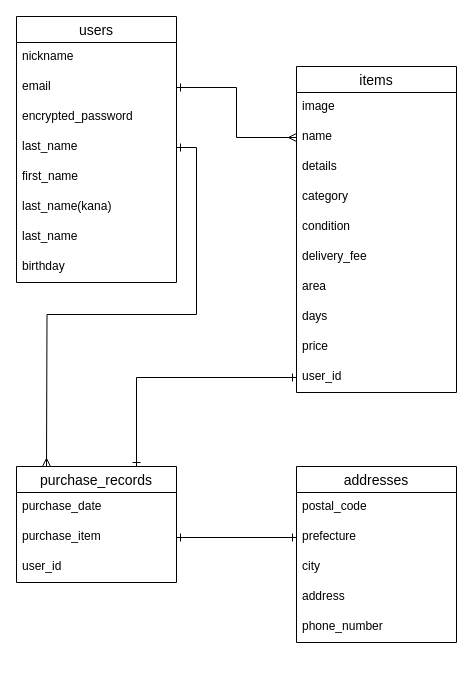
The draw.io diagram ER.dio in ijapamen/furima-29110, before the edit. Source tidied: cells renumbered, new cells numbered last; positions are measured from the earlier drawing's top-left corner, leaving out a move shared by most shapes. Both pictures are drawn from the tidied source at 100%, with x=0, y=0 at pixel (16, 16).
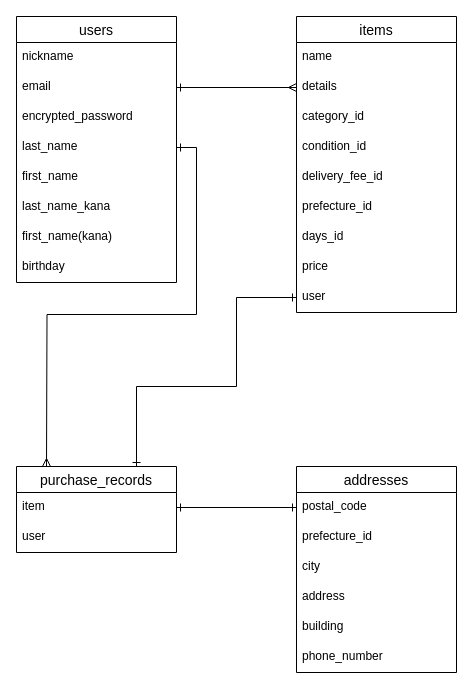
The same page after the edit.

Unchanged cells that the change refers to:
```xml
<mxCell id="18" value="postal_code" style="text;strokeColor=none;fillColor=none;spacingLeft=4;spacingRight=4;overflow=hidden;points=[[0,0.5],[1,0.5]];portConstraint=eastwest;fontSize=12;" parent="17" vertex="1">
  <mxGeometry y="26" width="160" height="30" as="geometry" />
</mxCell>
<mxCell id="27" value="users" style="swimlane;fontStyle=0;horizontal=1;startSize=26;align=center;fontSize=14;" parent="1" vertex="1">
  <mxGeometry width="160" height="266" as="geometry" />
</mxCell>
<mxCell id="29" value="email" style="text;strokeColor=none;fillColor=none;spacingLeft=4;spacingRight=4;overflow=hidden;points=[[0,0.5],[1,0.5]];portConstraint=eastwest;fontSize=12;" parent="27" vertex="1">
  <mxGeometry y="56" width="160" height="30" as="geometry" />
</mxCell>
```

Diff of the diagram source:
```diff
@@
-    <mxCell id="2" value="items" style="swimlane;fontStyle=0;horizontal=1;startSize=26;align=center;fontSize=14;" parent="1" vertex="1">
-      <mxGeometry x="280" y="50" width="160" height="326" as="geometry" />
-    </mxCell>
-    <mxCell id="3" value="image" style="text;strokeColor=none;fillColor=none;spacingLeft=4;spacingRight=4;overflow=hidden;fontSize=12;" parent="2" vertex="1">
-      <mxGeometry y="26" width="160" height="30" as="geometry" />
-    </mxCell>
-    <mxCell id="4" value="name" style="text;strokeColor=none;fillColor=none;spacingLeft=4;spacingRight=4;overflow=hidden;points=[[0,0.5],[1,0.5]];portConstraint=eastwest;fontSize=12;" parent="2" vertex="1">
-      <mxGeometry y="56" width="160" height="30" as="geometry" />
-    </mxCell>
-    <mxCell id="5" value="details" style="text;strokeColor=none;fillColor=none;spacingLeft=4;spacingRight=4;overflow=hidden;points=[[0,0.5],[1,0.5]];portConstraint=eastwest;fontSize=12;" parent="2" vertex="1">
-      <mxGeometry y="86" width="160" height="30" as="geometry" />
-    </mxCell>
-    <mxCell id="6" value="category" style="text;strokeColor=none;fillColor=none;spacingLeft=4;spacingRight=4;overflow=hidden;fontSize=12;" parent="2" vertex="1">
-      <mxGeometry y="116" width="160" height="30" as="geometry" />
-    </mxCell>
-    <mxCell id="7" value="condition" style="text;strokeColor=none;fillColor=none;spacingLeft=4;spacingRight=4;overflow=hidden;fontSize=12;" parent="2" vertex="1">
-      <mxGeometry y="146" width="160" height="30" as="geometry" />
-    </mxCell>
-    <mxCell id="8" value="delivery_fee" style="text;strokeColor=none;fillColor=none;spacingLeft=4;spacingRight=4;overflow=hidden;fontSize=12;" parent="2" vertex="1">
-      <mxGeometry y="176" width="160" height="30" as="geometry" />
-    </mxCell>
-    <mxCell id="9" value="area" style="text;strokeColor=none;fillColor=none;spacingLeft=4;spacingRight=4;overflow=hidden;fontSize=12;" parent="2" vertex="1">
-      <mxGeometry y="206" width="160" height="30" as="geometry" />
-    </mxCell>
-    <mxCell id="10" value="days" style="text;strokeColor=none;fillColor=none;spacingLeft=4;spacingRight=4;overflow=hidden;fontSize=12;" parent="2" vertex="1">
-      <mxGeometry y="236" width="160" height="30" as="geometry" />
-    </mxCell>
-    <mxCell id="11" value="price" style="text;strokeColor=none;fillColor=none;spacingLeft=4;spacingRight=4;overflow=hidden;fontSize=12;" parent="2" vertex="1">
-      <mxGeometry y="266" width="160" height="30" as="geometry" />
-    </mxCell>
-    <mxCell id="12" value="user_id" style="text;strokeColor=none;fillColor=none;spacingLeft=4;spacingRight=4;overflow=hidden;points=[[0,0.5],[1,0.5]];portConstraint=eastwest;fontSize=12;" parent="2" vertex="1">
-      <mxGeometry y="296" width="160" height="30" as="geometry" />
-    </mxCell>
     <mxCell id="13" value="purchase_records" style="swimlane;fontStyle=0;horizontal=1;startSize=26;align=center;fontSize=14;" parent="1" vertex="1">
-      <mxGeometry y="450" width="160" height="116" as="geometry" />
+      <mxGeometry y="450" width="160" height="86" as="geometry" />
     </mxCell>
-    <mxCell id="14" value="purchase_date" style="text;strokeColor=none;fillColor=none;spacingLeft=4;spacingRight=4;overflow=hidden;fontSize=12;" parent="13" vertex="1">
-      <mxGeometry y="26" width="160" height="30" as="geometry" />
-    </mxCell>
-    <mxCell id="15" value="purchase_item" style="text;strokeColor=none;fillColor=none;spacingLeft=4;spacingRight=4;overflow=hidden;points=[[0,0.5],[1,0.5]];portConstraint=eastwest;fontSize=12;" parent="13" vertex="1">
-      <mxGeometry y="56" width="160" height="30" as="geometry" />
+    <mxCell id="15" value="item" style="text;strokeColor=none;fillColor=none;spacingLeft=4;spacingRight=4;overflow=hidden;points=[[0,0.5],[1,0.5]];portConstraint=eastwest;fontSize=12;" parent="13" vertex="1">
+      <mxGeometry y="26" width="160" height="30" as="geometry" />
     </mxCell>
-    <mxCell id="16" value="user_id" style="text;strokeColor=none;fillColor=none;spacingLeft=4;spacingRight=4;overflow=hidden;fontSize=12;" parent="13" vertex="1">
-      <mxGeometry y="86" width="160" height="30" as="geometry" />
+    <mxCell id="16" value="user" style="text;strokeColor=none;fillColor=none;spacingLeft=4;spacingRight=4;overflow=hidden;fontSize=12;" parent="13" vertex="1">
+      <mxGeometry y="56" width="160" height="30" as="geometry" />
     </mxCell>
     <mxCell id="17" value="addresses" style="swimlane;fontStyle=0;horizontal=1;startSize=26;align=center;fontSize=14;" parent="1" vertex="1">
-      <mxGeometry x="280" y="450" width="160" height="176" as="geometry" />
+      <mxGeometry x="280" y="450" width="160" height="206" as="geometry" />
     </mxCell>
@@
-    <mxCell id="19" value="prefecture" style="text;strokeColor=none;fillColor=none;spacingLeft=4;spacingRight=4;overflow=hidden;points=[[0,0.5],[1,0.5]];portConstraint=eastwest;fontSize=12;" parent="17" vertex="1">
+    <mxCell id="19" value="prefecture_id" style="text;strokeColor=none;fillColor=none;spacingLeft=4;spacingRight=4;overflow=hidden;points=[[0,0.5],[1,0.5]];portConstraint=eastwest;fontSize=12;" parent="17" vertex="1">
       <mxGeometry y="56" width="160" height="30" as="geometry" />
     </mxCell>
@@
+    <mxCell id="36" value="building" style="text;strokeColor=none;fillColor=none;spacingLeft=4;spacingRight=4;overflow=hidden;fontSize=12;" parent="17" vertex="1">
+      <mxGeometry y="146" width="160" height="30" as="geometry" />
+    </mxCell>
     <mxCell id="22" value="phone_number" style="text;strokeColor=none;fillColor=none;spacingLeft=4;spacingRight=4;overflow=hidden;fontSize=12;" parent="17" vertex="1">
-      <mxGeometry y="146" width="160" height="30" as="geometry" />
+      <mxGeometry y="176" width="160" height="30" as="geometry" />
     </mxCell>
     <mxCell id="23" style="edgeStyle=orthogonalEdgeStyle;rounded=0;jettySize=auto;html=1;exitX=0;exitY=0.5;exitDx=0;exitDy=0;entryX=0.75;entryY=0;entryDx=0;entryDy=0;startArrow=ERone;startFill=0;endArrow=ERone;endFill=0;strokeWidth=1;" parent="1" edge="1" source="12" target="13">
-      <mxGeometry relative="1" as="geometry" />
+      <mxGeometry relative="1" as="geometry">
+        <Array as="points">
+          <mxPoint x="220" y="281" />
+          <mxPoint x="220" y="370" />
+          <mxPoint x="120" y="370" />
+        </Array>
+      </mxGeometry>
     </mxCell>
-    <mxCell id="24" style="edgeStyle=orthogonalEdgeStyle;rounded=0;jettySize=auto;html=1;exitX=1;exitY=0.5;exitDx=0;exitDy=0;entryX=0;entryY=0.5;entryDx=0;entryDy=0;startArrow=ERone;startFill=0;endArrow=ERone;endFill=0;strokeWidth=1;" parent="1" edge="1" source="15" target="19">
+    <mxCell id="24" style="edgeStyle=orthogonalEdgeStyle;rounded=0;jettySize=auto;html=1;exitX=1;exitY=0.5;exitDx=0;exitDy=0;entryX=0;entryY=0.5;entryDx=0;entryDy=0;startArrow=ERone;startFill=0;endArrow=ERone;endFill=0;strokeWidth=1;" parent="1" edge="1" source="15" target="18">
       <mxGeometry relative="1" as="geometry" />
     </mxCell>
@@
-    <mxCell id="26" style="edgeStyle=orthogonalEdgeStyle;rounded=0;jettySize=auto;html=1;exitX=1;exitY=0.5;exitDx=0;exitDy=0;entryX=0;entryY=0.5;entryDx=0;entryDy=0;startArrow=ERone;startFill=0;endArrow=ERmany;endFill=0;strokeWidth=1;" parent="1" edge="1" source="29" target="4">
+    <mxCell id="26" style="edgeStyle=orthogonalEdgeStyle;rounded=0;jettySize=auto;html=1;exitX=1;exitY=0.5;exitDx=0;exitDy=0;entryX=0;entryY=0.5;entryDx=0;entryDy=0;startArrow=ERone;startFill=0;endArrow=ERmany;endFill=0;strokeWidth=1;" parent="1" edge="1" source="29" target="5">
       <mxGeometry relative="1" as="geometry" />
     </mxCell>
@@
-    <mxCell id="33" value="last_name(kana)" style="text;strokeColor=none;fillColor=none;spacingLeft=4;spacingRight=4;overflow=hidden;fontSize=12;" parent="27" vertex="1">
+    <mxCell id="33" value="last_name_kana" style="text;strokeColor=none;fillColor=none;spacingLeft=4;spacingRight=4;overflow=hidden;fontSize=12;" parent="27" vertex="1">
       <mxGeometry y="176" width="160" height="30" as="geometry" />
     </mxCell>
-    <mxCell id="34" value="last_name" style="text;strokeColor=none;fillColor=none;spacingLeft=4;spacingRight=4;overflow=hidden;fontSize=12;" parent="27" vertex="1">
+    <mxCell id="34" value="first_name(kana)" style="text;strokeColor=none;fillColor=none;spacingLeft=4;spacingRight=4;overflow=hidden;fontSize=12;" parent="27" vertex="1">
       <mxGeometry y="206" width="160" height="30" as="geometry" />
     </mxCell>
@@
+    <mxCell id="2" value="items" style="swimlane;fontStyle=0;horizontal=1;startSize=26;align=center;fontSize=14;" parent="1" vertex="1">
+      <mxGeometry x="280" width="160" height="296" as="geometry" />
+    </mxCell>
+    <mxCell id="4" value="name" style="text;strokeColor=none;fillColor=none;spacingLeft=4;spacingRight=4;overflow=hidden;points=[[0,0.5],[1,0.5]];portConstraint=eastwest;fontSize=12;" parent="2" vertex="1">
+      <mxGeometry y="26" width="160" height="30" as="geometry" />
+    </mxCell>
+    <mxCell id="5" value="details" style="text;strokeColor=none;fillColor=none;spacingLeft=4;spacingRight=4;overflow=hidden;points=[[0,0.5],[1,0.5]];portConstraint=eastwest;fontSize=12;" parent="2" vertex="1">
+      <mxGeometry y="56" width="160" height="30" as="geometry" />
+    </mxCell>
+    <mxCell id="6" value="category_id" style="text;strokeColor=none;fillColor=none;spacingLeft=4;spacingRight=4;overflow=hidden;fontSize=12;" parent="2" vertex="1">
+      <mxGeometry y="86" width="160" height="30" as="geometry" />
+    </mxCell>
+    <mxCell id="7" value="condition_id" style="text;strokeColor=none;fillColor=none;spacingLeft=4;spacingRight=4;overflow=hidden;fontSize=12;" parent="2" vertex="1">
+      <mxGeometry y="116" width="160" height="30" as="geometry" />
+    </mxCell>
+    <mxCell id="8" value="delivery_fee_id" style="text;strokeColor=none;fillColor=none;spacingLeft=4;spacingRight=4;overflow=hidden;fontSize=12;" parent="2" vertex="1">
+      <mxGeometry y="146" width="160" height="30" as="geometry" />
+    </mxCell>
+    <mxCell id="9" value="prefecture_id" style="text;strokeColor=none;fillColor=none;spacingLeft=4;spacingRight=4;overflow=hidden;fontSize=12;" parent="2" vertex="1">
+      <mxGeometry y="176" width="160" height="30" as="geometry" />
+    </mxCell>
+    <mxCell id="10" value="days_id" style="text;strokeColor=none;fillColor=none;spacingLeft=4;spacingRight=4;overflow=hidden;fontSize=12;" parent="2" vertex="1">
+      <mxGeometry y="206" width="160" height="30" as="geometry" />
+    </mxCell>
+    <mxCell id="11" value="price" style="text;strokeColor=none;fillColor=none;spacingLeft=4;spacingRight=4;overflow=hidden;fontSize=12;" parent="2" vertex="1">
+      <mxGeometry y="236" width="160" height="30" as="geometry" />
+    </mxCell>
+    <mxCell id="12" value="user" style="text;strokeColor=none;fillColor=none;spacingLeft=4;spacingRight=4;overflow=hidden;points=[[0,0.5],[1,0.5]];portConstraint=eastwest;fontSize=12;" parent="2" vertex="1">
+      <mxGeometry y="266" width="160" height="30" as="geometry" />
+    </mxCell>
```
